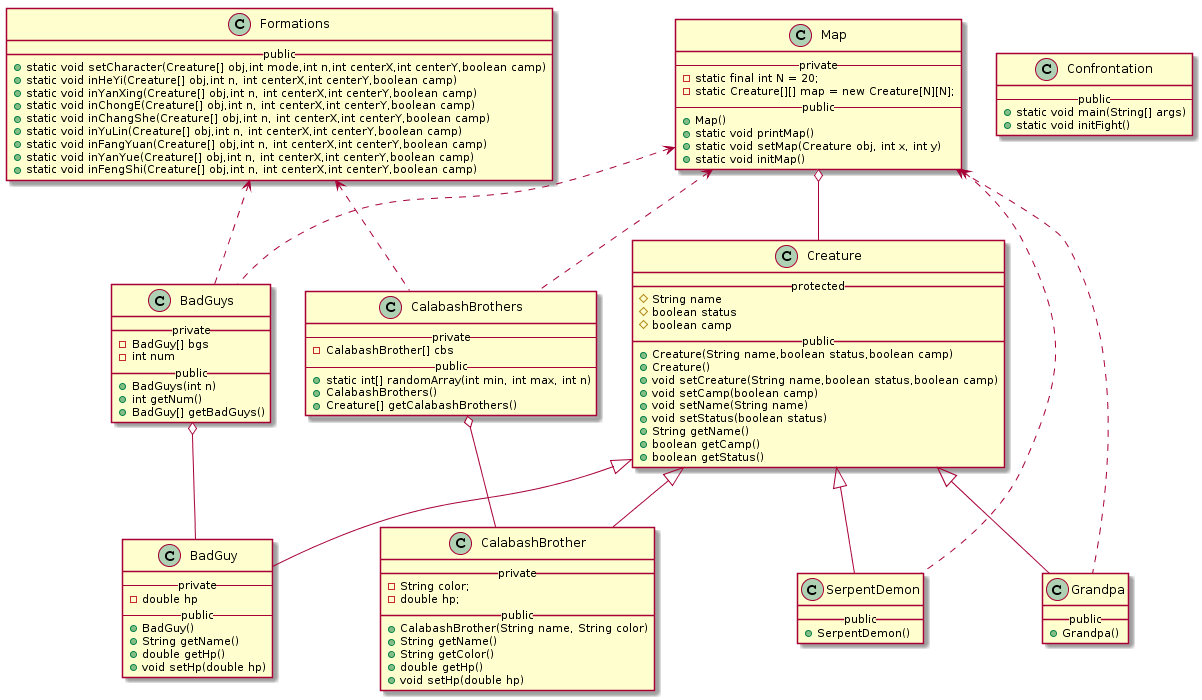
The PlantUML diagram 3-OOPAdvanced/徐浩-171860657/ver2uml.png in twiggy1999/java-2019-homeworks, before a commit.
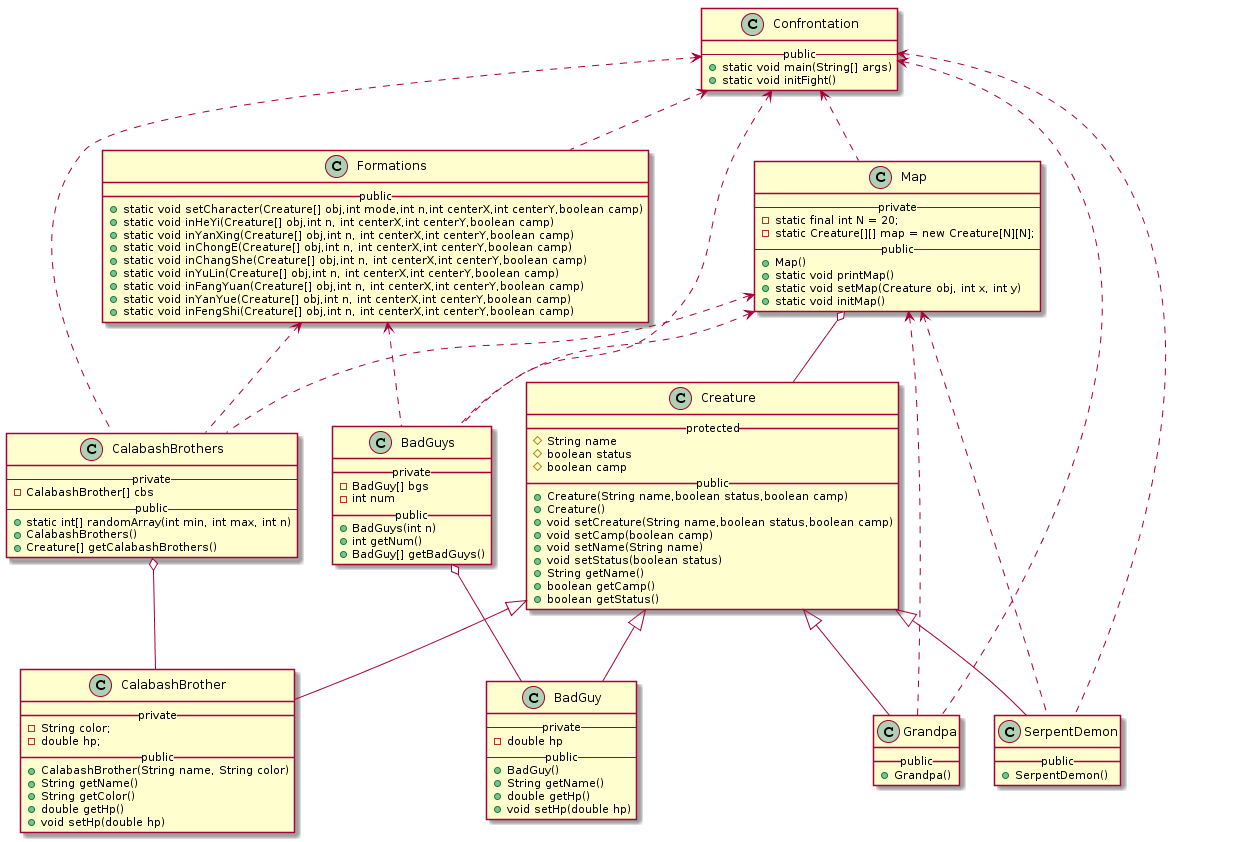
The same diagram one commit later.

Diff of the diagram source:
```diff
@@ -123,4 +123,10 @@
 Map <.. SerpentDemon
 Formations <.. CalabashBrothers
 Formations <.. BadGuys
+Confrontation <..Grandpa
+Confrontation <..SerpentDemon
+Confrontation <..CalabashBrothers
+Confrontation <..BadGuys
+Confrontation <..Map
+Confrontation <..Formations
 @enduml
```
